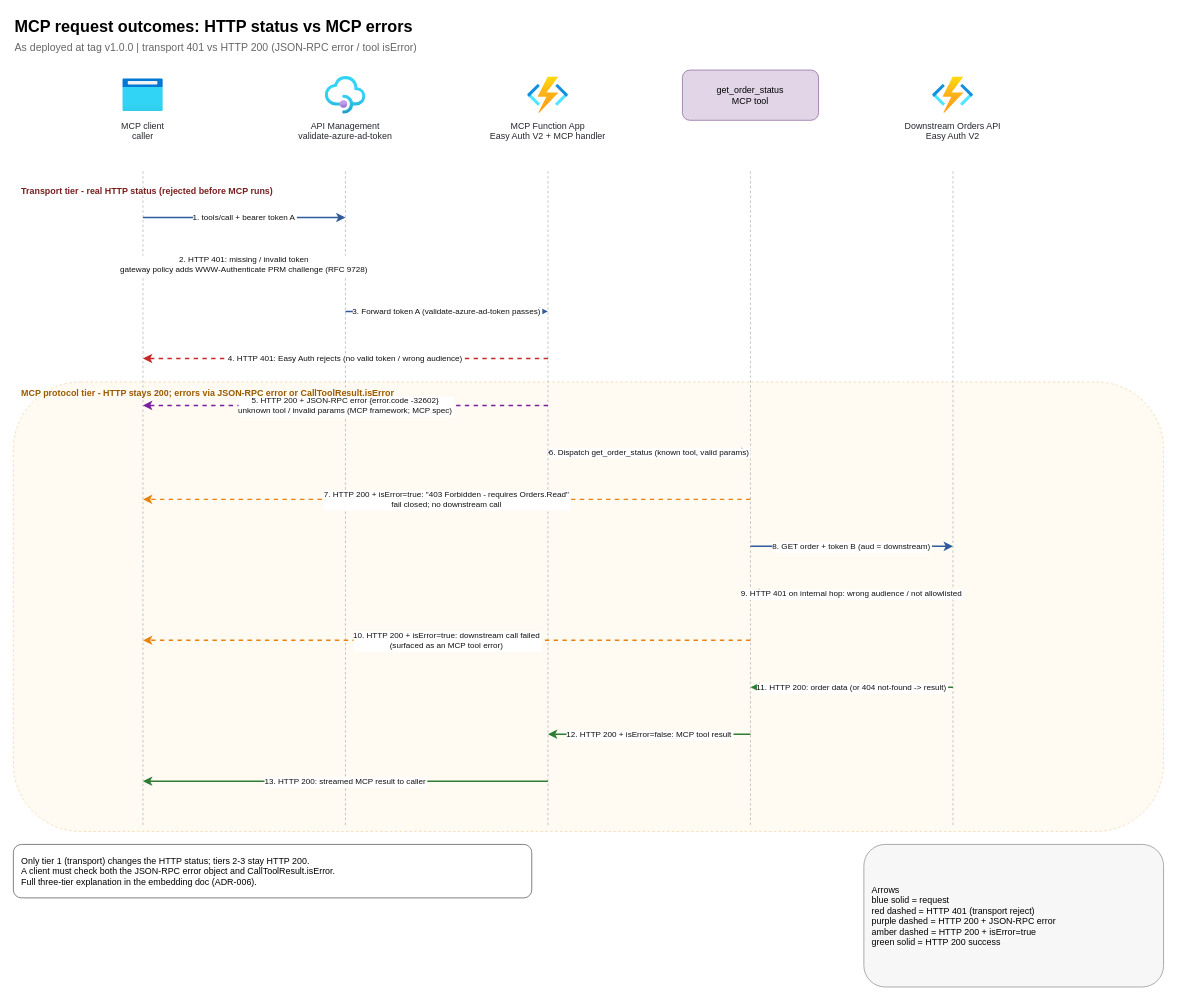
Earlier version of the draw.io diagram docs/diagrams/mcp-request-outcomes.drawio (collaborationwithothers/mcp-platform-azure). Source tidied: cells renumbered, new cells numbered last; positions are measured from the earlier drawing's top-left corner, leaving out a move shared by most shapes. Both pictures are drawn from the tidied source at 81%, with x=0, y=0 at pixel (13, 13).
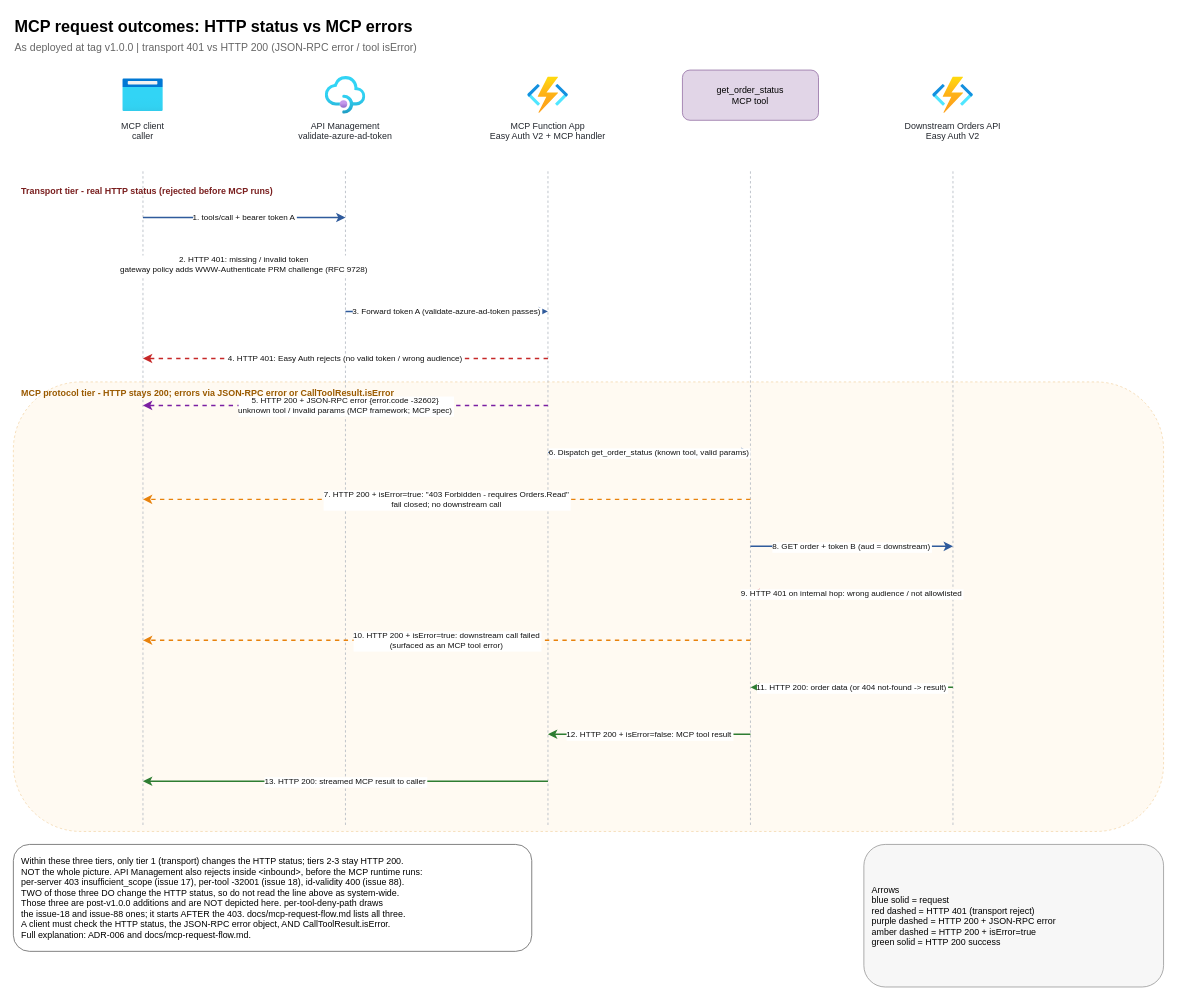
Above is the later version.

Commit message (it also covers changes not shown here):
fix(#88): reject id-less/null-id tools/call before authorization (#102)

Diff of the diagram source:
```diff
@@
-    <mxCell id="30" value="Only tier 1 (transport) changes the HTTP status; tiers 2-3 stay HTTP 200.&#10;A client must check both the JSON-RPC error object and CallToolResult.isError.&#10;Full three-tier explanation in the embedding doc (ADR-006)." style="rounded=1;fillColor=#ffffff;strokeColor=#666666;fontColor=#000000;fontSize=11;align=left;verticalAlign=middle;spacingLeft=8;spacingRight=8;" parent="1" vertex="1">
-      <mxGeometry y="1026" width="640" height="66" as="geometry" />
+    <mxCell id="30" value="Within these three tiers, only tier 1 (transport) changes the HTTP status; tiers 2-3 stay HTTP 200.&#10;NOT the whole picture. API Management also rejects inside &lt;inbound&gt;, before the MCP runtime runs:&#10;per-server 403 insufficient_scope (issue 17), per-tool -32001 (issue 18), id-validity 400 (issue 88).&#10;TWO of those three DO change the HTTP status, so do not read the line above as system-wide.&#10;Those three are post-v1.0.0 additions and are NOT depicted here. per-tool-deny-path draws&#10;the issue-18 and issue-88 ones; it starts AFTER the 403. docs/mcp-request-flow.md lists all three.&#10;A client must check the HTTP status, the JSON-RPC error object, AND CallToolResult.isError.&#10;Full explanation: ADR-006 and docs/mcp-request-flow.md." style="rounded=1;fillColor=#ffffff;strokeColor=#666666;fontColor=#000000;fontSize=11;align=left;verticalAlign=middle;spacingLeft=8;spacingRight=8;" parent="1" vertex="1">
+      <mxGeometry y="1026" width="640" height="132" as="geometry" />
     </mxCell>
```
